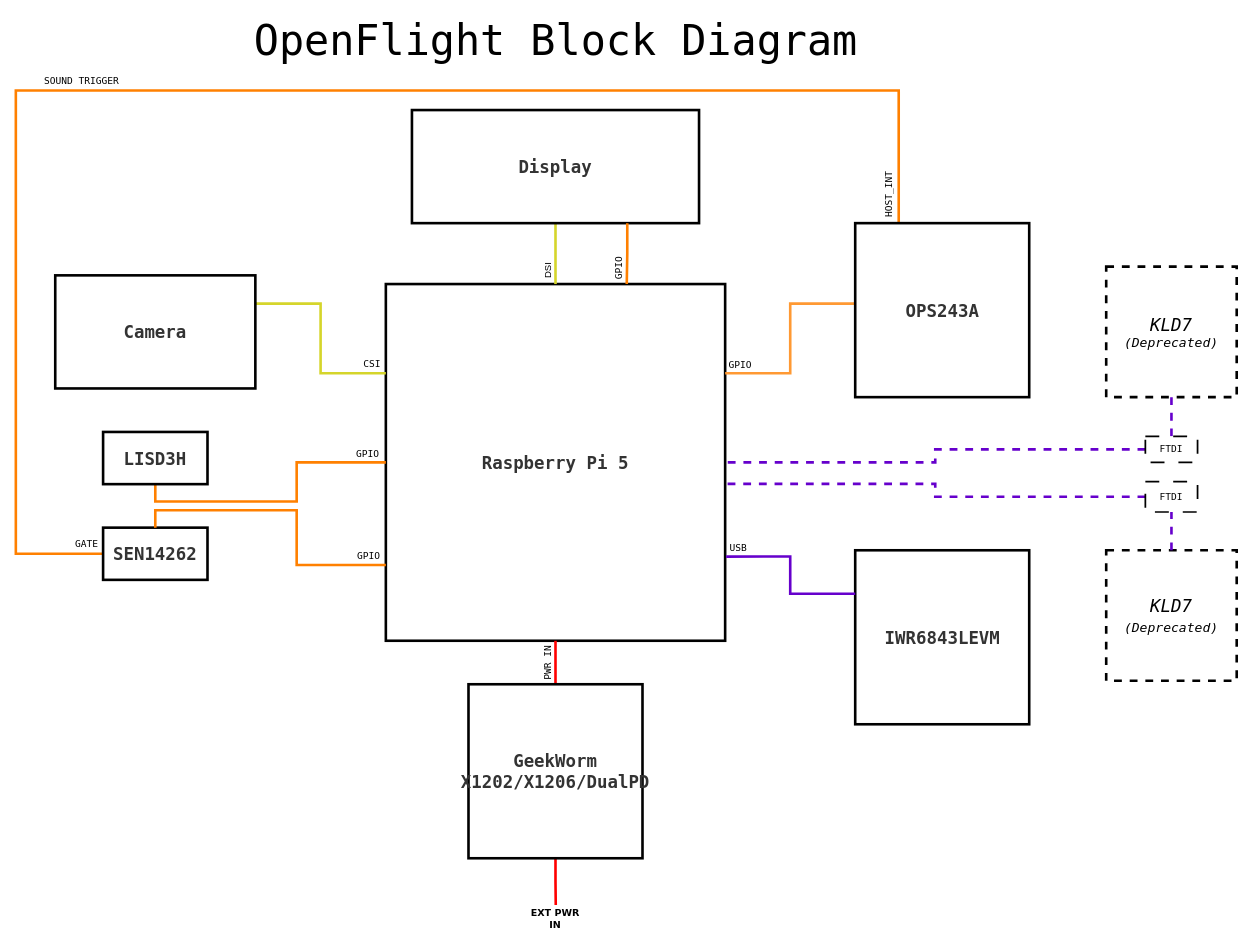
Before: docs/OpenFlight_Block_Diagram.drawio in Robinante/OpenFlight-Radar-Workbench, a draw.io diagram. Source tidied: cells renumbered, new cells numbered last; positions are measured from the earlier drawing's top-left corner, leaving out a move shared by most shapes. Both pictures are drawn from the tidied source at 87%, with x=0, y=0 at pixel (16, 27).
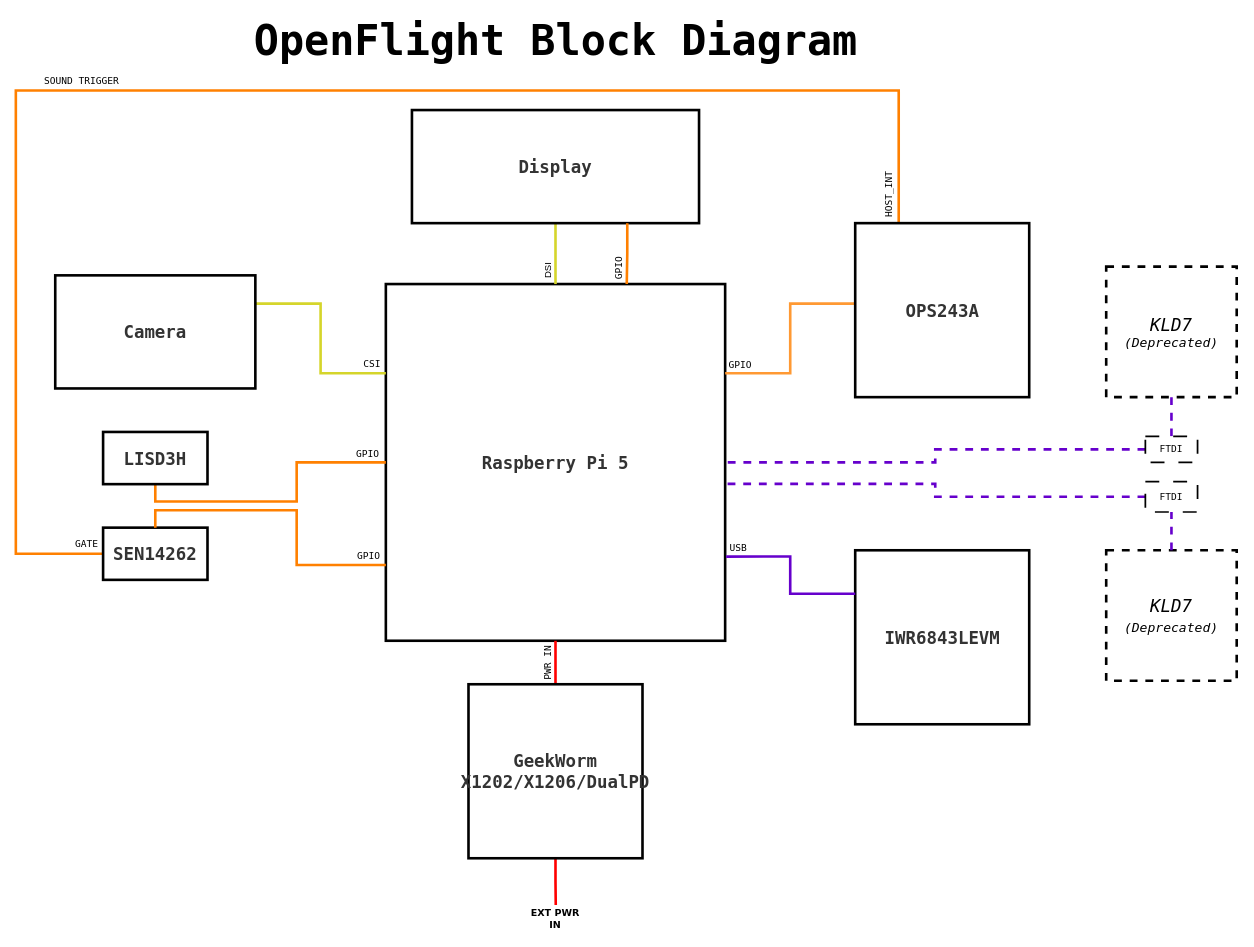
Above is the later version.

Commit message:
ready for legend

Diff of the diagram source:
```diff
@@
-    <mxCell id="24" value="OpenFlight Block Diagram" style="text;html=1;whiteSpace=wrap;strokeColor=none;fillColor=none;align=center;verticalAlign=middle;rounded=0;fontSize=48;fontFamily=Lucida Console;" parent="1" vertex="1">
+    <mxCell id="24" value="OpenFlight Block Diagram" style="text;html=1;whiteSpace=wrap;strokeColor=none;fillColor=none;align=center;verticalAlign=middle;rounded=0;fontSize=48;fontFamily=Lucida Console;fontStyle=1;horizontal=1;" parent="1" vertex="1">
       <mxGeometry x="202.8" width="834.5" height="30" as="geometry" />
     </mxCell>
```
